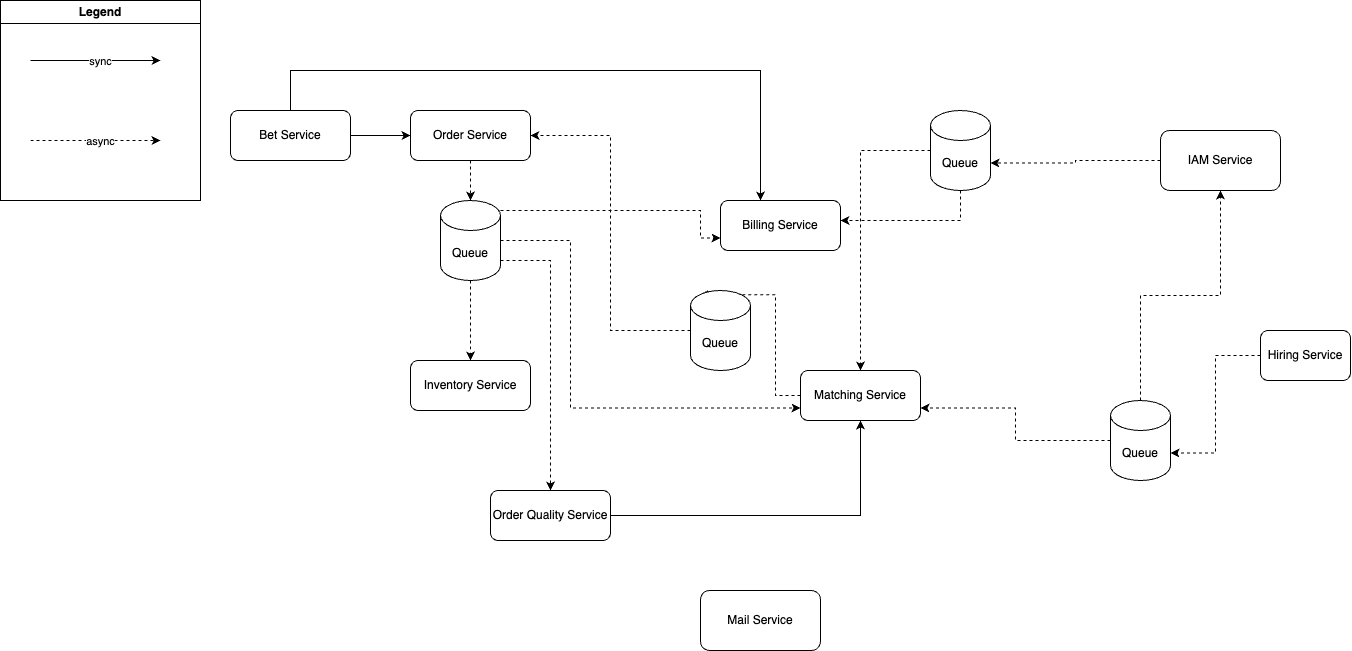
Earlier version of the draw.io export week2/services.png (LuLStackCoder/system-analysis). Source tidied: cells renumbered, new cells last; positions are measured from the earlier drawing's top-left corner, leaving out a move shared by most shapes. Its diagram source:
```xml
<mxGraphModel>
  <root>
    <mxCell id="0" />
    <mxCell id="1" parent="0" />
    <mxCell id="2" value="Mail Service" style="rounded=1;whiteSpace=wrap;html=1;" parent="1" vertex="1">
      <mxGeometry x="700" y="590" width="120" height="60" as="geometry" />
    </mxCell>
    <mxCell id="3" style="edgeStyle=orthogonalEdgeStyle;rounded=0;jettySize=auto;html=1;entryX=1;entryY=0;entryDx=0;entryDy=52.5;entryPerimeter=0;dashed=1;" parent="1" edge="1" source="4" target="26">
      <mxGeometry relative="1" as="geometry" />
    </mxCell>
    <mxCell id="4" value="Hiring Service" style="rounded=1;whiteSpace=wrap;html=1;" parent="1" vertex="1">
      <mxGeometry x="1260" y="330" width="90" height="50" as="geometry" />
    </mxCell>
    <mxCell id="5" style="edgeStyle=orthogonalEdgeStyle;rounded=0;jettySize=auto;html=1;entryX=1;entryY=0;entryDx=0;entryDy=52.5;entryPerimeter=0;dashed=1;" parent="1" edge="1" source="6" target="18">
      <mxGeometry relative="1" as="geometry" />
    </mxCell>
    <mxCell id="6" value="IAM Service" style="rounded=1;whiteSpace=wrap;html=1;" parent="1" vertex="1">
      <mxGeometry x="1160" y="130" width="120" height="60" as="geometry" />
    </mxCell>
    <mxCell id="7" value="Inventory Service" style="rounded=1;whiteSpace=wrap;html=1;" parent="1" vertex="1">
      <mxGeometry x="410" y="360" width="120" height="50" as="geometry" />
    </mxCell>
    <mxCell id="8" style="edgeStyle=orthogonalEdgeStyle;rounded=0;jettySize=auto;html=1;entryX=0.5;entryY=0;entryDx=0;entryDy=0;entryPerimeter=0;dashed=1;" parent="1" edge="1" source="9" target="23">
      <mxGeometry relative="1" as="geometry" />
    </mxCell>
    <mxCell id="9" value="Order Service" style="rounded=1;whiteSpace=wrap;html=1;" parent="1" vertex="1">
      <mxGeometry x="410" y="110" width="120" height="50" as="geometry" />
    </mxCell>
    <mxCell id="10" style="edgeStyle=orthogonalEdgeStyle;rounded=0;jettySize=auto;html=1;entryX=0.145;entryY=0;entryDx=0;entryDy=4.35;entryPerimeter=0;dashed=1;" parent="1" edge="1" source="11" target="30">
      <mxGeometry relative="1" as="geometry" />
    </mxCell>
    <mxCell id="11" value="Matching Service" style="rounded=1;whiteSpace=wrap;html=1;" parent="1" vertex="1">
      <mxGeometry x="800" y="370" width="120" height="50" as="geometry" />
    </mxCell>
    <mxCell id="12" value="Billing Service" style="rounded=1;whiteSpace=wrap;html=1;" parent="1" vertex="1">
      <mxGeometry x="720" y="200" width="120" height="50" as="geometry" />
    </mxCell>
    <mxCell id="13" style="edgeStyle=orthogonalEdgeStyle;rounded=0;jettySize=auto;html=1;entryX=0;entryY=0.5;entryDx=0;entryDy=0;" parent="1" edge="1" source="15" target="9">
      <mxGeometry relative="1" as="geometry" />
    </mxCell>
    <mxCell id="14" style="edgeStyle=orthogonalEdgeStyle;rounded=0;jettySize=auto;html=1;" parent="1" edge="1" source="15" target="12">
      <mxGeometry relative="1" as="geometry">
        <Array as="points">
          <mxPoint x="290" y="70" />
          <mxPoint x="760" y="70" />
        </Array>
      </mxGeometry>
    </mxCell>
    <mxCell id="15" value="Bet Service" style="rounded=1;whiteSpace=wrap;html=1;" parent="1" vertex="1">
      <mxGeometry x="230" y="110" width="120" height="50" as="geometry" />
    </mxCell>
    <mxCell id="16" style="edgeStyle=orthogonalEdgeStyle;rounded=0;jettySize=auto;html=1;dashed=1;" parent="1" edge="1" source="18" target="12">
      <mxGeometry relative="1" as="geometry">
        <Array as="points">
          <mxPoint x="800" y="220" />
          <mxPoint x="580" y="220" />
        </Array>
      </mxGeometry>
    </mxCell>
    <mxCell id="17" style="edgeStyle=orthogonalEdgeStyle;rounded=0;jettySize=auto;html=1;entryX=0.5;entryY=0;entryDx=0;entryDy=0;dashed=1;" parent="1" edge="1" source="18" target="11">
      <mxGeometry relative="1" as="geometry">
        <Array as="points">
          <mxPoint x="860" y="150" />
        </Array>
      </mxGeometry>
    </mxCell>
    <mxCell id="18" value="Queue" style="shape=cylinder3;whiteSpace=wrap;html=1;boundedLbl=1;backgroundOutline=1;size=15;" parent="1" vertex="1">
      <mxGeometry x="930" y="110" width="60" height="80" as="geometry" />
    </mxCell>
    <mxCell id="19" style="edgeStyle=orthogonalEdgeStyle;rounded=0;jettySize=auto;html=1;entryX=0.5;entryY=0;entryDx=0;entryDy=0;dashed=1;" parent="1" edge="1" source="23" target="7">
      <mxGeometry relative="1" as="geometry" />
    </mxCell>
    <mxCell id="20" style="edgeStyle=orthogonalEdgeStyle;rounded=0;jettySize=auto;html=1;entryX=0;entryY=0.75;entryDx=0;entryDy=0;dashed=1;" parent="1" edge="1" source="23" target="11">
      <mxGeometry relative="1" as="geometry">
        <Array as="points">
          <mxPoint x="570" y="240" />
          <mxPoint x="570" y="408" />
        </Array>
      </mxGeometry>
    </mxCell>
    <mxCell id="21" style="edgeStyle=orthogonalEdgeStyle;rounded=0;jettySize=auto;html=1;entryX=0;entryY=0.75;entryDx=0;entryDy=0;dashed=1;" parent="1" edge="1" source="23" target="12">
      <mxGeometry relative="1" as="geometry">
        <Array as="points">
          <mxPoint x="700" y="210" />
        </Array>
      </mxGeometry>
    </mxCell>
    <mxCell id="22" style="edgeStyle=orthogonalEdgeStyle;rounded=0;jettySize=auto;html=1;entryX=0.5;entryY=0;entryDx=0;entryDy=0;dashed=1;" parent="1" edge="1" source="23" target="28">
      <mxGeometry relative="1" as="geometry">
        <Array as="points">
          <mxPoint x="550" y="260" />
        </Array>
      </mxGeometry>
    </mxCell>
    <mxCell id="23" value="Queue" style="shape=cylinder3;whiteSpace=wrap;html=1;boundedLbl=1;backgroundOutline=1;size=15;" parent="1" vertex="1">
      <mxGeometry x="440" y="200" width="60" height="80" as="geometry" />
    </mxCell>
    <mxCell id="24" style="edgeStyle=orthogonalEdgeStyle;rounded=0;jettySize=auto;html=1;entryX=1;entryY=0.75;entryDx=0;entryDy=0;dashed=1;" parent="1" edge="1" source="26" target="11">
      <mxGeometry relative="1" as="geometry" />
    </mxCell>
    <mxCell id="25" style="edgeStyle=orthogonalEdgeStyle;rounded=0;jettySize=auto;html=1;dashed=1;" parent="1" edge="1" source="26" target="6">
      <mxGeometry relative="1" as="geometry" />
    </mxCell>
    <mxCell id="26" value="Queue" style="shape=cylinder3;whiteSpace=wrap;html=1;boundedLbl=1;backgroundOutline=1;size=15;" parent="1" vertex="1">
      <mxGeometry x="1110" y="400" width="60" height="80" as="geometry" />
    </mxCell>
    <mxCell id="27" style="edgeStyle=orthogonalEdgeStyle;rounded=0;jettySize=auto;html=1;entryX=0.5;entryY=1;entryDx=0;entryDy=0;" parent="1" edge="1" source="28" target="11">
      <mxGeometry relative="1" as="geometry" />
    </mxCell>
    <mxCell id="28" value="Order Quality Service" style="rounded=1;whiteSpace=wrap;html=1;" parent="1" vertex="1">
      <mxGeometry x="490" y="490" width="120" height="50" as="geometry" />
    </mxCell>
    <mxCell id="29" style="edgeStyle=orthogonalEdgeStyle;rounded=0;jettySize=auto;html=1;entryX=1;entryY=0.5;entryDx=0;entryDy=0;dashed=1;" parent="1" edge="1" source="30" target="9">
      <mxGeometry relative="1" as="geometry" />
    </mxCell>
    <mxCell id="30" value="Queue" style="shape=cylinder3;whiteSpace=wrap;html=1;boundedLbl=1;backgroundOutline=1;size=15;" parent="1" vertex="1">
      <mxGeometry x="690" y="290" width="60" height="80" as="geometry" />
    </mxCell>
    <mxCell id="31" value="Legend" style="swimlane;whiteSpace=wrap;html=1;" parent="1" vertex="1">
      <mxGeometry width="200" height="200" as="geometry" />
    </mxCell>
    <mxCell id="32" style="endArrow=classic;html=1;rounded=0;" parent="31" edge="1">
      <mxGeometry relative="1" as="geometry">
        <mxPoint x="30" y="60" as="sourcePoint" />
        <mxPoint x="160" y="60" as="targetPoint" />
      </mxGeometry>
    </mxCell>
    <mxCell id="33" value="sync" style="edgeLabel;html=1;align=center;verticalAlign=middle;" parent="32" vertex="1">
      <mxGeometry x="0.54" relative="1" as="geometry">
        <mxPoint x="-31" as="offset" />
      </mxGeometry>
    </mxCell>
    <mxCell id="34" style="endArrow=classic;html=1;rounded=0;dashed=1;" parent="31" edge="1">
      <mxGeometry relative="1" as="geometry">
        <mxPoint x="30" y="140" as="sourcePoint" />
        <mxPoint x="160" y="140" as="targetPoint" />
      </mxGeometry>
    </mxCell>
    <mxCell id="35" value="async" style="edgeLabel;html=1;align=center;verticalAlign=middle;" parent="34" vertex="1">
      <mxGeometry x="0.54" relative="1" as="geometry">
        <mxPoint x="-31" as="offset" />
      </mxGeometry>
    </mxCell>
  </root>
</mxGraphModel>
```
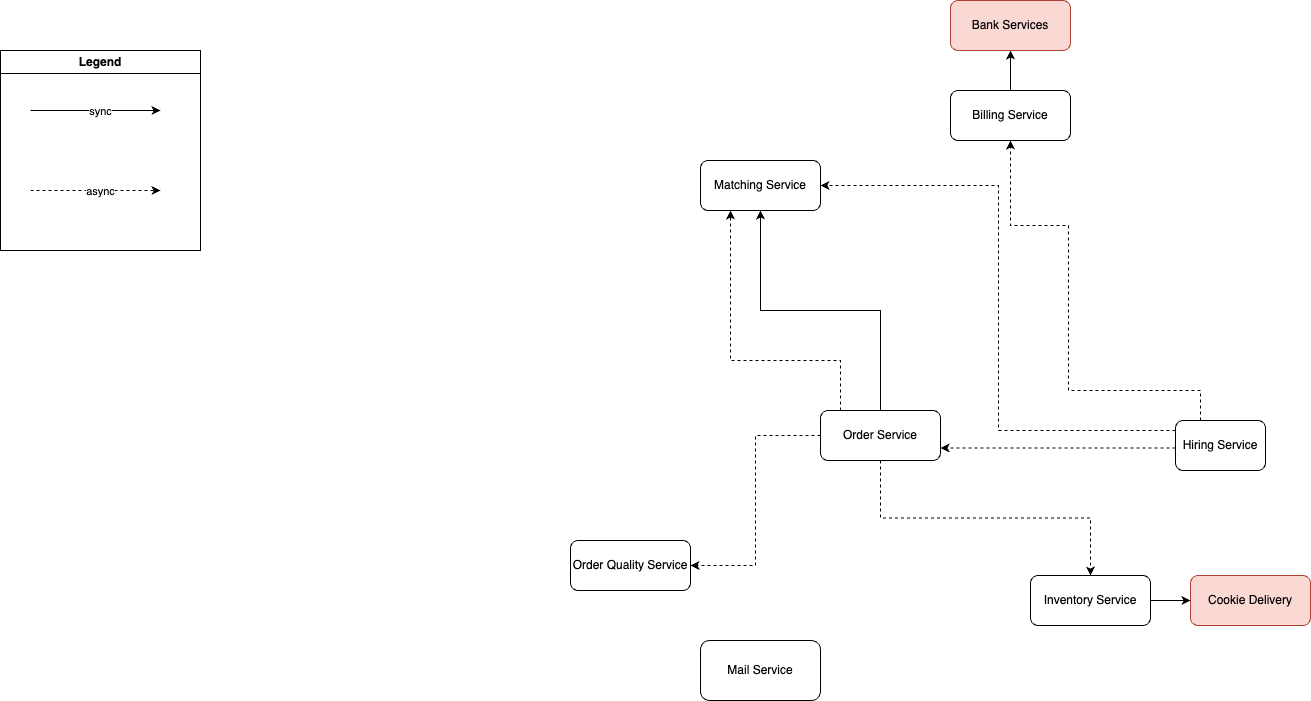
Above is the later version.

What changed in the source:
```diff
@@ -5,117 +5,72 @@
     <mxCell id="2" value="Mail Service" style="rounded=1;whiteSpace=wrap;html=1;" parent="1" vertex="1">
       <mxGeometry x="700" y="590" width="120" height="60" as="geometry" />
     </mxCell>
-    <mxCell id="3" style="edgeStyle=orthogonalEdgeStyle;rounded=0;jettySize=auto;html=1;entryX=1;entryY=0;entryDx=0;entryDy=52.5;entryPerimeter=0;dashed=1;" parent="1" edge="1" source="4" target="26">
-      <mxGeometry relative="1" as="geometry" />
-    </mxCell>
+    <mxCell id="36" style="edgeStyle=orthogonalEdgeStyle;rounded=0;jettySize=auto;html=1;entryX=1;entryY=0.5;entryDx=0;entryDy=0;dashed=1;" parent="1" edge="1" source="4" target="11">
+      <mxGeometry relative="1" as="geometry">
+        <Array as="points">
+          <mxPoint x="998" y="380" />
+          <mxPoint x="998" y="135" />
+        </Array>
+      </mxGeometry>
+    </mxCell>
+    <mxCell id="37" style="edgeStyle=orthogonalEdgeStyle;rounded=0;jettySize=auto;html=1;entryX=0.5;entryY=1;entryDx=0;entryDy=0;dashed=1;" parent="1" edge="1" source="4" target="12">
+      <mxGeometry relative="1" as="geometry">
+        <Array as="points">
+          <mxPoint x="1200" y="340" />
+          <mxPoint x="1068" y="340" />
+          <mxPoint x="1068" y="175" />
+          <mxPoint x="1010" y="175" />
+        </Array>
+      </mxGeometry>
+    </mxCell>
+    <mxCell id="38" style="edgeStyle=orthogonalEdgeStyle;rounded=0;jettySize=auto;html=1;entryX=1;entryY=0.75;entryDx=0;entryDy=0;dashed=1;" parent="1" edge="1" source="4" target="9">
+      <mxGeometry relative="1" as="geometry">
+        <Array as="points">
+          <mxPoint x="950" y="398" />
+        </Array>
+      </mxGeometry>
+    </mxCell>
     <mxCell id="4" value="Hiring Service" style="rounded=1;whiteSpace=wrap;html=1;" parent="1" vertex="1">
-      <mxGeometry x="1260" y="330" width="90" height="50" as="geometry" />
+      <mxGeometry x="1175" y="370" width="90" height="50" as="geometry" />
     </mxCell>
-    <mxCell id="5" style="edgeStyle=orthogonalEdgeStyle;rounded=0;jettySize=auto;html=1;entryX=1;entryY=0;entryDx=0;entryDy=52.5;entryPerimeter=0;dashed=1;" parent="1" edge="1" source="6" target="18">
-      <mxGeometry relative="1" as="geometry" />
-    </mxCell>
-    <mxCell id="6" value="IAM Service" style="rounded=1;whiteSpace=wrap;html=1;" parent="1" vertex="1">
-      <mxGeometry x="1160" y="130" width="120" height="60" as="geometry" />
-    </mxCell>
+    <mxCell id="39" style="edgeStyle=orthogonalEdgeStyle;rounded=0;jettySize=auto;html=1;" parent="1" edge="1" source="7" target="44">
+      <mxGeometry relative="1" as="geometry" />
+    </mxCell>
     <mxCell id="7" value="Inventory Service" style="rounded=1;whiteSpace=wrap;html=1;" parent="1" vertex="1">
-      <mxGeometry x="410" y="360" width="120" height="50" as="geometry" />
+      <mxGeometry x="1030" y="525" width="120" height="50" as="geometry" />
     </mxCell>
-    <mxCell id="8" style="edgeStyle=orthogonalEdgeStyle;rounded=0;jettySize=auto;html=1;entryX=0.5;entryY=0;entryDx=0;entryDy=0;entryPerimeter=0;dashed=1;" parent="1" edge="1" source="9" target="23">
-      <mxGeometry relative="1" as="geometry" />
-    </mxCell>
+    <mxCell id="40" style="edgeStyle=orthogonalEdgeStyle;rounded=0;jettySize=auto;html=1;entryX=1;entryY=0.5;entryDx=0;entryDy=0;dashed=1;" parent="1" edge="1" source="9" target="28">
+      <mxGeometry relative="1" as="geometry" />
+    </mxCell>
+    <mxCell id="41" style="edgeStyle=orthogonalEdgeStyle;rounded=0;jettySize=auto;html=1;entryX=0.5;entryY=1;entryDx=0;entryDy=0;" parent="1" edge="1" source="9" target="11">
+      <mxGeometry relative="1" as="geometry" />
+    </mxCell>
+    <mxCell id="42" style="edgeStyle=orthogonalEdgeStyle;rounded=0;jettySize=auto;html=1;entryX=0.25;entryY=1;entryDx=0;entryDy=0;dashed=1;" parent="1" edge="1" source="9" target="11">
+      <mxGeometry relative="1" as="geometry">
+        <Array as="points">
+          <mxPoint x="840" y="310" />
+          <mxPoint x="730" y="310" />
+        </Array>
+      </mxGeometry>
+    </mxCell>
     <mxCell id="9" value="Order Service" style="rounded=1;whiteSpace=wrap;html=1;" parent="1" vertex="1">
-      <mxGeometry x="410" y="110" width="120" height="50" as="geometry" />
+      <mxGeometry x="820" y="360" width="120" height="50" as="geometry" />
     </mxCell>
-    <mxCell id="10" style="edgeStyle=orthogonalEdgeStyle;rounded=0;jettySize=auto;html=1;entryX=0.145;entryY=0;entryDx=0;entryDy=4.35;entryPerimeter=0;dashed=1;" parent="1" edge="1" source="11" target="30">
-      <mxGeometry relative="1" as="geometry" />
-    </mxCell>
     <mxCell id="11" value="Matching Service" style="rounded=1;whiteSpace=wrap;html=1;" parent="1" vertex="1">
-      <mxGeometry x="800" y="370" width="120" height="50" as="geometry" />
+      <mxGeometry x="700" y="110" width="120" height="50" as="geometry" />
     </mxCell>
+    <mxCell id="43" style="edgeStyle=orthogonalEdgeStyle;rounded=0;jettySize=auto;html=1;" parent="1" edge="1" source="12" target="45">
+      <mxGeometry relative="1" as="geometry" />
+    </mxCell>
     <mxCell id="12" value="Billing Service" style="rounded=1;whiteSpace=wrap;html=1;" parent="1" vertex="1">
-      <mxGeometry x="720" y="200" width="120" height="50" as="geometry" />
+      <mxGeometry x="950" y="40" width="120" height="50" as="geometry" />
     </mxCell>
-    <mxCell id="13" style="edgeStyle=orthogonalEdgeStyle;rounded=0;jettySize=auto;html=1;entryX=0;entryY=0.5;entryDx=0;entryDy=0;" parent="1" edge="1" source="15" target="9">
-      <mxGeometry relative="1" as="geometry" />
-    </mxCell>
-    <mxCell id="14" style="edgeStyle=orthogonalEdgeStyle;rounded=0;jettySize=auto;html=1;" parent="1" edge="1" source="15" target="12">
-      <mxGeometry relative="1" as="geometry">
-        <Array as="points">
-          <mxPoint x="290" y="70" />
-          <mxPoint x="760" y="70" />
-        </Array>
-      </mxGeometry>
-    </mxCell>
-    <mxCell id="15" value="Bet Service" style="rounded=1;whiteSpace=wrap;html=1;" parent="1" vertex="1">
-      <mxGeometry x="230" y="110" width="120" height="50" as="geometry" />
-    </mxCell>
-    <mxCell id="16" style="edgeStyle=orthogonalEdgeStyle;rounded=0;jettySize=auto;html=1;dashed=1;" parent="1" edge="1" source="18" target="12">
-      <mxGeometry relative="1" as="geometry">
-        <Array as="points">
-          <mxPoint x="800" y="220" />
-          <mxPoint x="580" y="220" />
-        </Array>
-      </mxGeometry>
-    </mxCell>
-    <mxCell id="17" style="edgeStyle=orthogonalEdgeStyle;rounded=0;jettySize=auto;html=1;entryX=0.5;entryY=0;entryDx=0;entryDy=0;dashed=1;" parent="1" edge="1" source="18" target="11">
-      <mxGeometry relative="1" as="geometry">
-        <Array as="points">
-          <mxPoint x="860" y="150" />
-        </Array>
-      </mxGeometry>
-    </mxCell>
-    <mxCell id="18" value="Queue" style="shape=cylinder3;whiteSpace=wrap;html=1;boundedLbl=1;backgroundOutline=1;size=15;" parent="1" vertex="1">
-      <mxGeometry x="930" y="110" width="60" height="80" as="geometry" />
-    </mxCell>
-    <mxCell id="19" style="edgeStyle=orthogonalEdgeStyle;rounded=0;jettySize=auto;html=1;entryX=0.5;entryY=0;entryDx=0;entryDy=0;dashed=1;" parent="1" edge="1" source="23" target="7">
+    <mxCell id="19" style="edgeStyle=orthogonalEdgeStyle;rounded=0;jettySize=auto;html=1;entryX=0.5;entryY=0;entryDx=0;entryDy=0;dashed=1;exitX=0.5;exitY=1;exitDx=0;exitDy=0;" parent="1" edge="1" source="9" target="7">
       <mxGeometry relative="1" as="geometry" />
     </mxCell>
-    <mxCell id="20" style="edgeStyle=orthogonalEdgeStyle;rounded=0;jettySize=auto;html=1;entryX=0;entryY=0.75;entryDx=0;entryDy=0;dashed=1;" parent="1" edge="1" source="23" target="11">
-      <mxGeometry relative="1" as="geometry">
-        <Array as="points">
-          <mxPoint x="570" y="240" />
-          <mxPoint x="570" y="408" />
-        </Array>
-      </mxGeometry>
-    </mxCell>
-    <mxCell id="21" style="edgeStyle=orthogonalEdgeStyle;rounded=0;jettySize=auto;html=1;entryX=0;entryY=0.75;entryDx=0;entryDy=0;dashed=1;" parent="1" edge="1" source="23" target="12">
-      <mxGeometry relative="1" as="geometry">
-        <Array as="points">
-          <mxPoint x="700" y="210" />
-        </Array>
-      </mxGeometry>
-    </mxCell>
-    <mxCell id="22" style="edgeStyle=orthogonalEdgeStyle;rounded=0;jettySize=auto;html=1;entryX=0.5;entryY=0;entryDx=0;entryDy=0;dashed=1;" parent="1" edge="1" source="23" target="28">
-      <mxGeometry relative="1" as="geometry">
-        <Array as="points">
-          <mxPoint x="550" y="260" />
-        </Array>
-      </mxGeometry>
-    </mxCell>
-    <mxCell id="23" value="Queue" style="shape=cylinder3;whiteSpace=wrap;html=1;boundedLbl=1;backgroundOutline=1;size=15;" parent="1" vertex="1">
-      <mxGeometry x="440" y="200" width="60" height="80" as="geometry" />
-    </mxCell>
-    <mxCell id="24" style="edgeStyle=orthogonalEdgeStyle;rounded=0;jettySize=auto;html=1;entryX=1;entryY=0.75;entryDx=0;entryDy=0;dashed=1;" parent="1" edge="1" source="26" target="11">
-      <mxGeometry relative="1" as="geometry" />
-    </mxCell>
-    <mxCell id="25" style="edgeStyle=orthogonalEdgeStyle;rounded=0;jettySize=auto;html=1;dashed=1;" parent="1" edge="1" source="26" target="6">
-      <mxGeometry relative="1" as="geometry" />
-    </mxCell>
-    <mxCell id="26" value="Queue" style="shape=cylinder3;whiteSpace=wrap;html=1;boundedLbl=1;backgroundOutline=1;size=15;" parent="1" vertex="1">
-      <mxGeometry x="1110" y="400" width="60" height="80" as="geometry" />
-    </mxCell>
-    <mxCell id="27" style="edgeStyle=orthogonalEdgeStyle;rounded=0;jettySize=auto;html=1;entryX=0.5;entryY=1;entryDx=0;entryDy=0;" parent="1" edge="1" source="28" target="11">
-      <mxGeometry relative="1" as="geometry" />
-    </mxCell>
     <mxCell id="28" value="Order Quality Service" style="rounded=1;whiteSpace=wrap;html=1;" parent="1" vertex="1">
-      <mxGeometry x="490" y="490" width="120" height="50" as="geometry" />
+      <mxGeometry x="570" y="490" width="120" height="50" as="geometry" />
     </mxCell>
-    <mxCell id="29" style="edgeStyle=orthogonalEdgeStyle;rounded=0;jettySize=auto;html=1;entryX=1;entryY=0.5;entryDx=0;entryDy=0;dashed=1;" parent="1" edge="1" source="30" target="9">
-      <mxGeometry relative="1" as="geometry" />
-    </mxCell>
-    <mxCell id="30" value="Queue" style="shape=cylinder3;whiteSpace=wrap;html=1;boundedLbl=1;backgroundOutline=1;size=15;" parent="1" vertex="1">
-      <mxGeometry x="690" y="290" width="60" height="80" as="geometry" />
-    </mxCell>
     <mxCell id="31" value="Legend" style="swimlane;whiteSpace=wrap;html=1;" parent="1" vertex="1">
       <mxGeometry width="200" height="200" as="geometry" />
     </mxCell>
@@ -141,5 +96,11 @@
         <mxPoint x="-31" as="offset" />
       </mxGeometry>
     </mxCell>
+    <mxCell id="44" value="Cookie Delivery" style="rounded=1;whiteSpace=wrap;html=1;fillColor=#fad9d5;strokeColor=#ae4132;" parent="1" vertex="1">
+      <mxGeometry x="1190" y="525" width="120" height="50" as="geometry" />
+    </mxCell>
+    <mxCell id="45" value="Bank Services" style="rounded=1;whiteSpace=wrap;html=1;fillColor=#fad9d5;strokeColor=#ae4132;" parent="1" vertex="1">
+      <mxGeometry x="950" y="-50" width="120" height="50" as="geometry" />
+    </mxCell>
   </root>
 </mxGraphModel>
```
